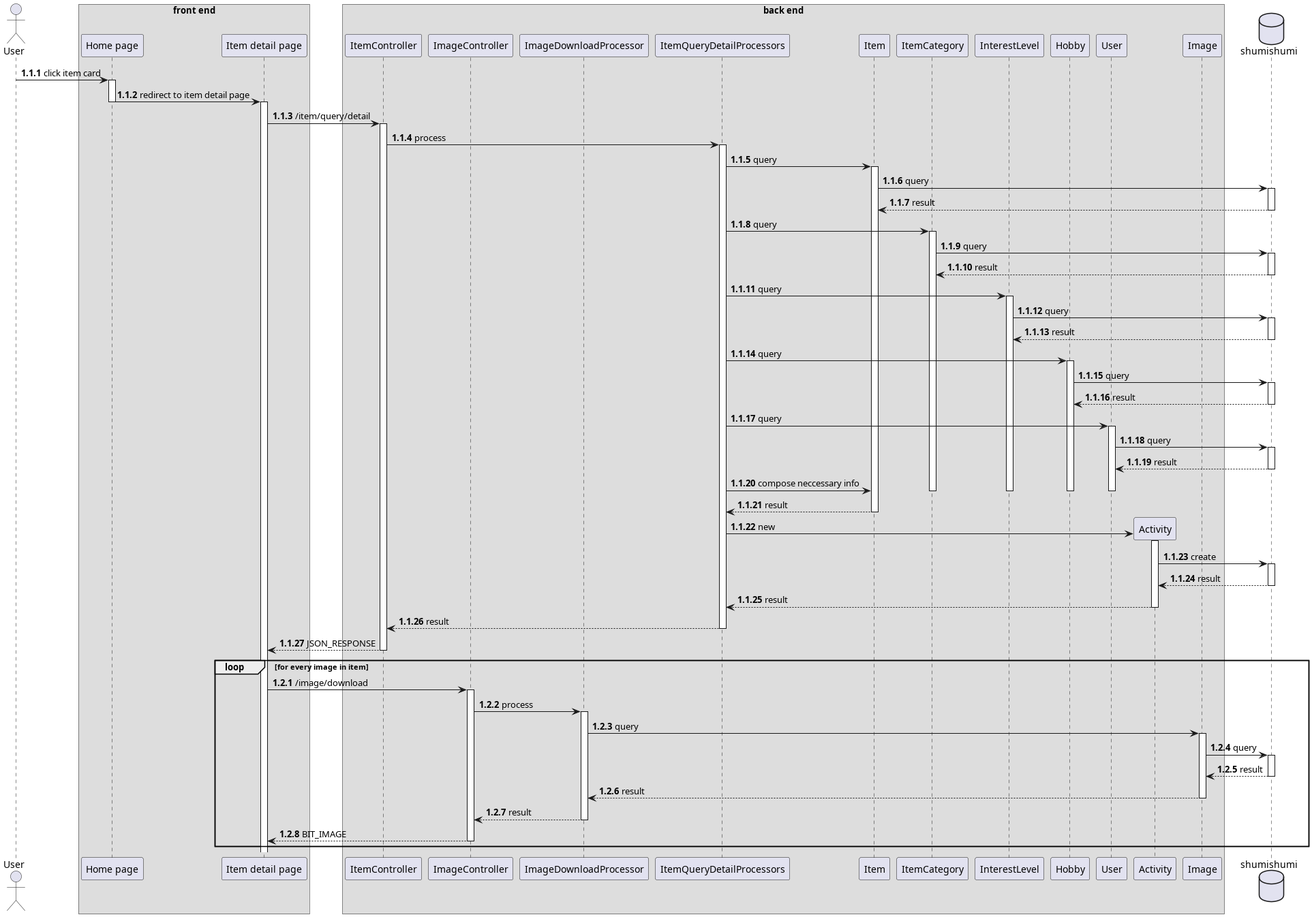
aldihsuhandi/skripsi-2023 keeps this PlantUML diagram as thesis/latex/diagram/sequence diagram/10. see item detail/see item detail.png. Above is the earlier version. Source of this version:
```plantuml
@startuml see item detail
autonumber 1.1.1

actor User as u

box "front end"
participant "Home page" as home
participant "Item detail page" as detail
end box

box "back end"
participant "ItemController" as ic
participant "ImageController" as imc

participant "ImageDownloadProcessor" as downproc
participant "ItemQueryDetailProcessors" as detailproc

participant "Item" as im
participant ItemCategory as icm
participant InterestLevel as ilm
participant Hobby as hm
participant User as um
participant Activity as am

participant "Image" as img
end box

database shumishumi as db

u -> home++ : click item card
home -> detail --++ : redirect to item detail page
detail -> ic++ : /item/query/detail
ic -> detailproc++ : process
detailproc -> im++ : query
im -> db++ : query
return result

detailproc -> icm++ : query
icm -> db++: query
return result

detailproc -> ilm++ : query
ilm -> db++: query
return result

detailproc -> hm++ : query
hm -> db++: query
return result
detailproc -> um++ : query
um -> db++: query
return result

detailproc -> im : compose neccessary info
deactivate um
deactivate icm
deactivate ilm
deactivate hm

return result

create am
detailproc -> am++ : new
am -> db++ : create
return result
return result

return result
return JSON_RESPONSE

autonumber inc b
loop for every image in item
    detail -> imc++ : /image/download
    imc -> downproc++ : process
    downproc -> img++ : query
    img -> db++ : query
    return result
    return result
    return result
    return BIT_IMAGE
end

@enduml
```
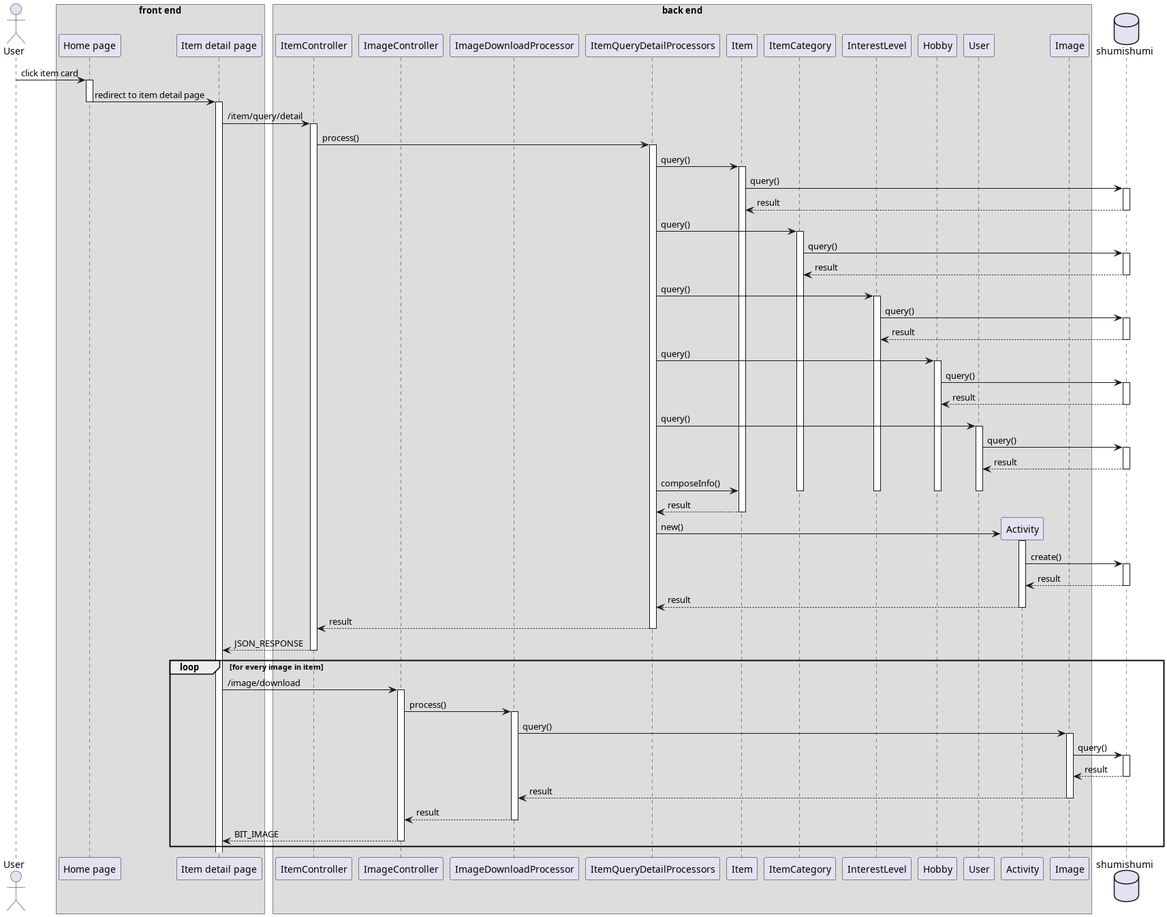
The same file after the commit.

The edit, as a diff of the source:
```diff
@@ -1,5 +1,4 @@
 @startuml see item detail
-autonumber 1.1.1
 
 actor User as u
 
@@ -30,27 +29,27 @@
 u -> home++ : click item card
 home -> detail --++ : redirect to item detail page
 detail -> ic++ : /item/query/detail
-ic -> detailproc++ : process
-detailproc -> im++ : query
-im -> db++ : query
+ic -> detailproc++ : process()
+detailproc -> im++ : query()
+im -> db++ : query()
 return result
 
-detailproc -> icm++ : query
-icm -> db++: query
+detailproc -> icm++ : query()
+icm -> db++: query()
 return result
 
-detailproc -> ilm++ : query
-ilm -> db++: query
+detailproc -> ilm++ : query()
+ilm -> db++: query()
 return result
 
-detailproc -> hm++ : query
-hm -> db++: query
+detailproc -> hm++ : query()
+hm -> db++: query()
 return result
-detailproc -> um++ : query
-um -> db++: query
+detailproc -> um++ : query()
+um -> db++: query()
 return result
 
-detailproc -> im : compose neccessary info
+detailproc -> im : composeInfo()
 deactivate um
 deactivate icm
 deactivate ilm
@@ -59,20 +58,19 @@
 return result
 
 create am
-detailproc -> am++ : new
-am -> db++ : create
+detailproc -> am++ : new()
+am -> db++ : create()
 return result
 return result
 
 return result
 return JSON_RESPONSE
 
-autonumber inc b
 loop for every image in item
     detail -> imc++ : /image/download
-    imc -> downproc++ : process
-    downproc -> img++ : query
-    img -> db++ : query
+    imc -> downproc++ : process()
+    downproc -> img++ : query()
+    img -> db++ : query()
     return result
     return result
     return result
```
